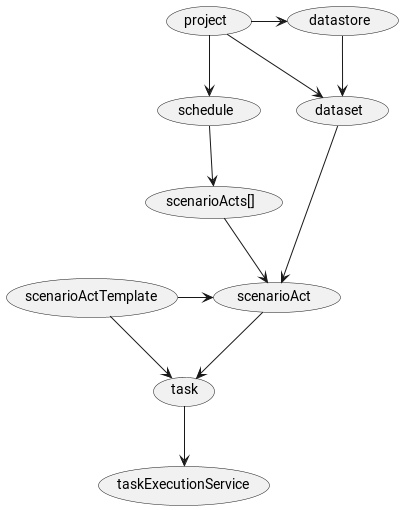
Before: doc/entities_design/logical_entities_dependency.png, a diagram exported from PlantUML (zaytsevdmitry/lakehouse).
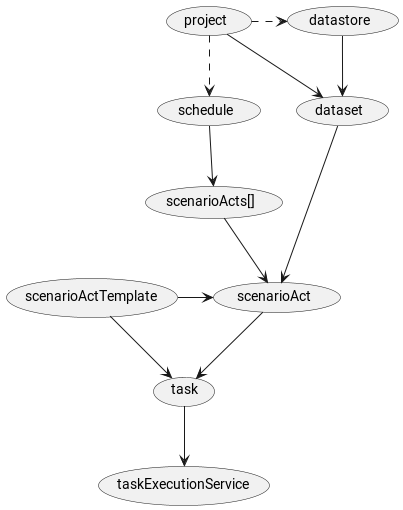
Later version of the same file.

Change to the diagram source:
```diff
@@ -8,6 +8,6 @@
 (dataset) -> (scenarioAct)
 (datastore) --> (dataset)
 (project) -> (dataset)
-(project) --> (schedule)
-(project) -> (datastore)
+(project) ..> (schedule)
+(project) .> (datastore)
 @enduml
```
